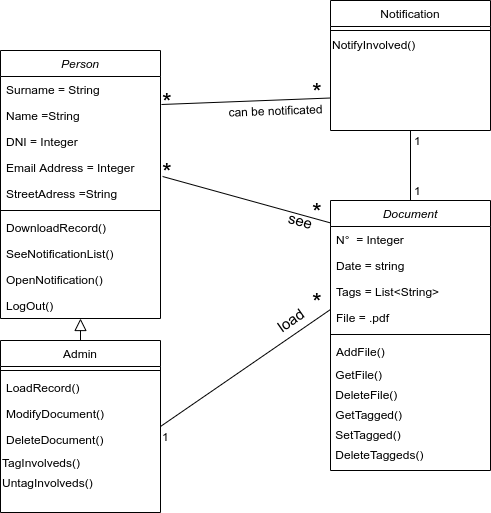
The draw.io diagram Diagram.png in nicolasgabrielr/ProjectGroup, before a commit. Source tidied: cells renumbered, new cells last; positions are measured from the earlier drawing's top-left corner, leaving out a move shared by most shapes. The source it was exported from:
```xml
<mxGraphModel>
  <root>
    <mxCell id="0" />
    <mxCell id="1" parent="0" />
    <mxCell id="2" style="endArrow=block;endSize=10;endFill=0;shadow=0;strokeWidth=1;rounded=0;edgeStyle=elbowEdgeStyle;elbow=vertical;" parent="1" edge="1" source="44" target="30">
      <mxGeometry relative="1" as="geometry" />
    </mxCell>
    <mxCell id="3" style="endArrow=none;html=1;exitX=1;exitY=0.5;exitDx=0;exitDy=0;" parent="1" edge="1" source="44">
      <mxGeometry relative="1" as="geometry">
        <mxPoint x="330" y="309" as="targetPoint" />
      </mxGeometry>
    </mxCell>
    <mxCell id="4" style="endArrow=none;html=1;entryX=1.013;entryY=0.846;entryDx=0;entryDy=0;exitX=0;exitY=0.083;exitDx=0;exitDy=0;exitPerimeter=0;entryPerimeter=0;" parent="1" edge="1" source="18" target="34">
      <mxGeometry relative="1" as="geometry" />
    </mxCell>
    <mxCell id="5" style="endArrow=none;html=1;entryX=0.5;entryY=1;entryDx=0;entryDy=0;exitX=0.5;exitY=0;exitDx=0;exitDy=0;" parent="1" edge="1" source="18" target="41">
      <mxGeometry relative="1" as="geometry" />
    </mxCell>
    <mxCell id="6" value="*" style="align=left;verticalAlign=bottom;labelBackgroundColor=none;fontSize=25;direction=north;" parent="1" vertex="1">
      <mxGeometry x="160" y="180" as="geometry">
        <mxPoint y="4" as="offset" />
      </mxGeometry>
    </mxCell>
    <mxCell id="7" value="*" style="align=left;verticalAlign=bottom;labelBackgroundColor=none;fontSize=25;direction=north;" parent="1" vertex="1">
      <mxGeometry x="310" y="220" as="geometry">
        <mxPoint y="4" as="offset" />
      </mxGeometry>
    </mxCell>
    <mxCell id="8" value="*" style="align=left;verticalAlign=bottom;labelBackgroundColor=none;fontSize=25;direction=north;" parent="1" vertex="1">
      <mxGeometry x="310" y="100" as="geometry">
        <mxPoint y="4" as="offset" />
      </mxGeometry>
    </mxCell>
    <mxCell id="9" value="*" style="align=left;verticalAlign=bottom;labelBackgroundColor=none;fontSize=25;direction=north;" parent="1" vertex="1">
      <mxGeometry x="310" y="310" as="geometry">
        <mxPoint y="4" as="offset" />
      </mxGeometry>
    </mxCell>
    <mxCell id="10" value="1" style="align=left;verticalAlign=bottom;labelBackgroundColor=none;fontSize=12;direction=north;" parent="1" vertex="1">
      <mxGeometry x="160" y="440" as="geometry">
        <mxPoint y="4" as="offset" />
      </mxGeometry>
    </mxCell>
    <mxCell id="11" value="1" style="align=left;verticalAlign=bottom;labelBackgroundColor=none;fontSize=12;direction=north;" parent="1" vertex="1">
      <mxGeometry x="420" y="140" as="geometry">
        <mxPoint x="-8" y="8" as="offset" />
      </mxGeometry>
    </mxCell>
    <mxCell id="12" value="1" style="align=left;verticalAlign=bottom;labelBackgroundColor=none;fontSize=12;direction=north;" parent="1" vertex="1">
      <mxGeometry x="417" y="190" as="geometry">
        <mxPoint x="-5" y="8" as="offset" />
      </mxGeometry>
    </mxCell>
    <mxCell id="13" value="see" style="text;html=1;align=center;verticalAlign=middle;fontSize=15;rotation=15;" parent="1" vertex="1">
      <mxGeometry x="280" y="210" width="40" height="20" as="geometry" />
    </mxCell>
    <mxCell id="14" value="load" style="text;html=1;align=center;verticalAlign=middle;fontSize=15;rotation=-35;" parent="1" vertex="1">
      <mxGeometry x="270" y="310" width="40" height="20" as="geometry" />
    </mxCell>
    <mxCell id="15" style="endArrow=none;html=1;strokeColor=#000000;fontSize=15;exitX=1.006;exitY=0.077;exitDx=0;exitDy=0;exitPerimeter=0;entryX=0;entryY=0.75;entryDx=0;entryDy=0;" parent="1" edge="1" source="32" target="41">
      <mxGeometry relative="1" as="geometry" />
    </mxCell>
    <mxCell id="16" value="*" style="align=left;verticalAlign=bottom;labelBackgroundColor=none;fontSize=25;direction=north;" parent="1" vertex="1">
      <mxGeometry x="160" y="110" as="geometry">
        <mxPoint y="4" as="offset" />
      </mxGeometry>
    </mxCell>
    <mxCell id="17" value="can be notificated" style="text;html=1;align=center;verticalAlign=middle;rotation=-2;" parent="1" vertex="1">
      <mxGeometry x="220" y="100" width="110" height="20" as="geometry" />
    </mxCell>
    <mxCell id="18" value="Document" style="swimlane;fontStyle=2;align=center;verticalAlign=top;horizontal=1;startSize=26;rounded=0;shadow=0;strokeWidth=1;" parent="1" vertex="1">
      <mxGeometry x="330" y="200" width="160" height="270" as="geometry" />
    </mxCell>
    <mxCell id="19" value="N°  = Integer" style="text;align=left;verticalAlign=top;spacingLeft=4;spacingRight=4;overflow=hidden;" parent="18" vertex="1">
      <mxGeometry y="26" width="160" height="26" as="geometry" />
    </mxCell>
    <mxCell id="20" value="Date = string" style="text;align=left;verticalAlign=top;spacingLeft=4;spacingRight=4;overflow=hidden;rounded=0;shadow=0;html=0;" parent="18" vertex="1">
      <mxGeometry y="52" width="160" height="26" as="geometry" />
    </mxCell>
    <mxCell id="21" value="Tags = List&lt;String&gt;" style="text;align=left;verticalAlign=top;spacingLeft=4;spacingRight=4;overflow=hidden;rounded=0;shadow=0;html=0;" parent="18" vertex="1">
      <mxGeometry y="78" width="160" height="26" as="geometry" />
    </mxCell>
    <mxCell id="22" value="File = .pdf" style="text;align=left;verticalAlign=top;spacingLeft=4;spacingRight=4;overflow=hidden;rounded=0;shadow=0;html=0;" parent="18" vertex="1">
      <mxGeometry y="104" width="160" height="26" as="geometry" />
    </mxCell>
    <mxCell id="23" style="line;html=1;strokeWidth=1;align=left;verticalAlign=middle;spacingTop=-1;spacingLeft=3;spacingRight=3;labelPosition=right;" parent="18" vertex="1">
      <mxGeometry y="130" width="160" height="8" as="geometry" />
    </mxCell>
    <mxCell id="24" value="AddFile() " style="text;align=left;verticalAlign=top;spacingLeft=4;spacingRight=4;overflow=hidden;rounded=0;shadow=0;html=0;" parent="18" vertex="1">
      <mxGeometry y="138" width="160" height="26" as="geometry" />
    </mxCell>
    <mxCell id="25" value="&amp;nbsp;GetFile()" style="text;html=1;align=left;verticalAlign=middle;" parent="18" vertex="1">
      <mxGeometry y="164" width="160" height="20" as="geometry" />
    </mxCell>
    <mxCell id="26" value="&amp;nbsp;DeleteFile()" style="text;html=1;align=left;verticalAlign=middle;" parent="18" vertex="1">
      <mxGeometry y="184" width="160" height="20" as="geometry" />
    </mxCell>
    <mxCell id="27" value="&amp;nbsp;GetTagged()" style="text;html=1;align=left;verticalAlign=middle;" parent="18" vertex="1">
      <mxGeometry y="204" width="160" height="20" as="geometry" />
    </mxCell>
    <mxCell id="28" value="&amp;nbsp;SetTagged()" style="text;html=1;align=left;verticalAlign=middle;points=[];" parent="18" vertex="1">
      <mxGeometry y="224" width="160" height="20" as="geometry" />
    </mxCell>
    <mxCell id="29" value="&amp;nbsp;DeleteTaggeds()" style="text;html=1;align=left;verticalAlign=middle;" parent="18" vertex="1">
      <mxGeometry y="244" width="160" height="20" as="geometry" />
    </mxCell>
    <mxCell id="30" value="Person" style="swimlane;fontStyle=2;align=center;verticalAlign=top;horizontal=1;startSize=26;rounded=0;shadow=0;strokeWidth=1;" parent="1" vertex="1">
      <mxGeometry y="50" width="160" height="268" as="geometry" />
    </mxCell>
    <mxCell id="31" value="Surname = String" style="text;align=left;verticalAlign=top;spacingLeft=4;spacingRight=4;overflow=hidden;" parent="30" vertex="1">
      <mxGeometry y="26" width="160" height="26" as="geometry" />
    </mxCell>
    <mxCell id="32" value="Name =String" style="text;align=left;verticalAlign=top;spacingLeft=4;spacingRight=4;overflow=hidden;points=[[0,0.5],[1,0.5]];portConstraint=eastwest;rounded=0;shadow=0;html=0;" parent="30" vertex="1">
      <mxGeometry y="52" width="160" height="26" as="geometry" />
    </mxCell>
    <mxCell id="33" value="DNI = Integer" style="text;align=left;verticalAlign=top;spacingLeft=4;spacingRight=4;overflow=hidden;rounded=0;shadow=0;html=0;" parent="30" vertex="1">
      <mxGeometry y="78" width="160" height="26" as="geometry" />
    </mxCell>
    <mxCell id="34" value="Email Address = Integer" style="text;align=left;verticalAlign=top;spacingLeft=4;spacingRight=4;overflow=hidden;points=[[0,0.5],[1,0.5]];portConstraint=eastwest;rounded=0;shadow=0;html=0;" parent="30" vertex="1">
      <mxGeometry y="104" width="160" height="26" as="geometry" />
    </mxCell>
    <mxCell id="35" value="StreetAdress =String" style="text;align=left;verticalAlign=top;spacingLeft=4;spacingRight=4;overflow=hidden;rounded=0;shadow=0;html=0;" parent="30" vertex="1">
      <mxGeometry y="130" width="160" height="26" as="geometry" />
    </mxCell>
    <mxCell id="36" style="line;html=1;strokeWidth=1;align=left;verticalAlign=middle;spacingTop=-1;spacingLeft=3;spacingRight=3;labelPosition=right;" parent="30" vertex="1">
      <mxGeometry y="156" width="160" height="8" as="geometry" />
    </mxCell>
    <mxCell id="37" value="DownloadRecord()" style="text;align=left;verticalAlign=top;spacingLeft=4;spacingRight=4;overflow=hidden;rounded=0;shadow=0;html=0;" parent="30" vertex="1">
      <mxGeometry y="164" width="160" height="26" as="geometry" />
    </mxCell>
    <mxCell id="38" value="SeeNotificationList()" style="text;align=left;verticalAlign=top;spacingLeft=4;spacingRight=4;overflow=hidden;rounded=0;shadow=0;html=0;" parent="30" vertex="1">
      <mxGeometry y="190" width="160" height="26" as="geometry" />
    </mxCell>
    <mxCell id="39" value="OpenNotification()" style="text;align=left;verticalAlign=top;spacingLeft=4;spacingRight=4;overflow=hidden;rounded=0;shadow=0;html=0;" parent="30" vertex="1">
      <mxGeometry y="216" width="160" height="26" as="geometry" />
    </mxCell>
    <mxCell id="40" value="LogOut()" style="text;align=left;verticalAlign=top;spacingLeft=4;spacingRight=4;overflow=hidden;rounded=0;shadow=0;html=0;" parent="30" vertex="1">
      <mxGeometry y="242" width="160" height="26" as="geometry" />
    </mxCell>
    <mxCell id="41" value="Notification" style="swimlane;fontStyle=0;align=center;verticalAlign=top;horizontal=1;startSize=26;rounded=0;shadow=0;strokeWidth=1;" parent="1" vertex="1">
      <mxGeometry x="330" width="160" height="130" as="geometry" />
    </mxCell>
    <mxCell id="42" style="line;html=1;strokeWidth=1;align=left;verticalAlign=middle;spacingTop=-1;spacingLeft=3;spacingRight=3;labelPosition=right;" parent="41" vertex="1">
      <mxGeometry y="26" width="160" height="8" as="geometry" />
    </mxCell>
    <mxCell id="43" value="NotifyInvolved()" style="text;html=1;align=left;verticalAlign=middle;" parent="41" vertex="1">
      <mxGeometry y="34" width="160" height="20" as="geometry" />
    </mxCell>
    <mxCell id="44" value="Admin" style="swimlane;fontStyle=0;align=center;verticalAlign=top;horizontal=1;startSize=26;rounded=0;shadow=0;strokeWidth=1;" parent="1" vertex="1">
      <mxGeometry y="340" width="160" height="172" as="geometry" />
    </mxCell>
    <mxCell id="45" style="line;html=1;strokeWidth=1;align=left;verticalAlign=middle;spacingTop=-1;spacingLeft=3;spacingRight=3;labelPosition=right;" parent="44" vertex="1">
      <mxGeometry y="26" width="160" height="8" as="geometry" />
    </mxCell>
    <mxCell id="46" value="LoadRecord()" style="text;align=left;verticalAlign=top;spacingLeft=4;spacingRight=4;overflow=hidden;rounded=0;shadow=0;html=0;" parent="44" vertex="1">
      <mxGeometry y="34" width="160" height="26" as="geometry" />
    </mxCell>
    <mxCell id="47" value="ModifyDocument()" style="text;align=left;verticalAlign=top;spacingLeft=4;spacingRight=4;overflow=hidden;rounded=0;shadow=0;html=0;" parent="44" vertex="1">
      <mxGeometry y="60" width="160" height="26" as="geometry" />
    </mxCell>
    <mxCell id="48" value="DeleteDocument()" style="text;align=left;verticalAlign=top;spacingLeft=4;spacingRight=4;overflow=hidden;rounded=0;shadow=0;html=0;" parent="44" vertex="1">
      <mxGeometry y="86" width="160" height="26" as="geometry" />
    </mxCell>
    <mxCell id="49" value="TagInvolveds()" style="text;html=1;align=left;verticalAlign=middle;" parent="44" vertex="1">
      <mxGeometry y="112" width="160" height="20" as="geometry" />
    </mxCell>
    <mxCell id="50" value="UntagInvolveds()" style="text;html=1;align=left;verticalAlign=middle;" parent="44" vertex="1">
      <mxGeometry y="132" width="160" height="20" as="geometry" />
    </mxCell>
  </root>
</mxGraphModel>
```
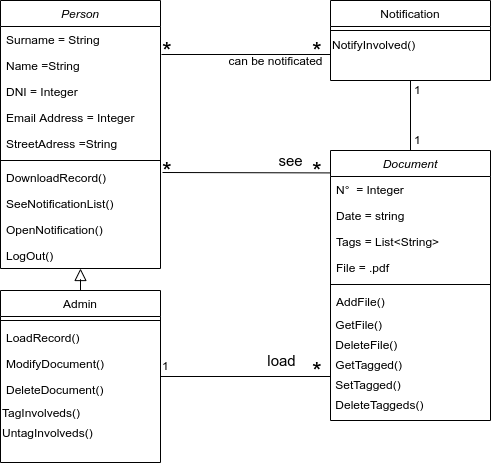
Later version of the same file.

What changed in the source:
```diff
@@ -5,39 +5,39 @@
     <mxCell id="2" style="endArrow=block;endSize=10;endFill=0;shadow=0;strokeWidth=1;rounded=0;edgeStyle=elbowEdgeStyle;elbow=vertical;" parent="1" edge="1" source="44" target="30">
       <mxGeometry relative="1" as="geometry" />
     </mxCell>
-    <mxCell id="3" style="endArrow=none;html=1;exitX=1;exitY=0.5;exitDx=0;exitDy=0;" parent="1" edge="1" source="44">
-      <mxGeometry relative="1" as="geometry">
-        <mxPoint x="330" y="309" as="targetPoint" />
-      </mxGeometry>
+    <mxCell id="3" style="endArrow=none;html=1;exitX=1;exitY=0.5;exitDx=0;exitDy=0;entryX=0;entryY=0.1;entryDx=0;entryDy=0;entryPerimeter=0;" parent="1" edge="1" source="44" target="28">
+      <mxGeometry relative="1" as="geometry" />
     </mxCell>
-    <mxCell id="4" style="endArrow=none;html=1;entryX=1.013;entryY=0.846;entryDx=0;entryDy=0;exitX=0;exitY=0.083;exitDx=0;exitDy=0;exitPerimeter=0;entryPerimeter=0;" parent="1" edge="1" source="18" target="34">
-      <mxGeometry relative="1" as="geometry" />
+    <mxCell id="4" style="endArrow=none;html=1;exitX=0;exitY=0.083;exitDx=0;exitDy=0;exitPerimeter=0;" parent="1" edge="1" source="18">
+      <mxGeometry relative="1" as="geometry">
+        <mxPoint x="162" y="222" as="targetPoint" />
+      </mxGeometry>
     </mxCell>
     <mxCell id="5" style="endArrow=none;html=1;entryX=0.5;entryY=1;entryDx=0;entryDy=0;exitX=0.5;exitY=0;exitDx=0;exitDy=0;" parent="1" edge="1" source="18" target="41">
       <mxGeometry relative="1" as="geometry" />
     </mxCell>
     <mxCell id="6" value="*" style="align=left;verticalAlign=bottom;labelBackgroundColor=none;fontSize=25;direction=north;" parent="1" vertex="1">
-      <mxGeometry x="160" y="180" as="geometry">
+      <mxGeometry x="160" y="230" as="geometry">
         <mxPoint y="4" as="offset" />
       </mxGeometry>
     </mxCell>
     <mxCell id="7" value="*" style="align=left;verticalAlign=bottom;labelBackgroundColor=none;fontSize=25;direction=north;" parent="1" vertex="1">
-      <mxGeometry x="310" y="220" as="geometry">
+      <mxGeometry x="310" y="230" as="geometry">
         <mxPoint y="4" as="offset" />
       </mxGeometry>
     </mxCell>
-    <mxCell id="8" value="*" style="align=left;verticalAlign=bottom;labelBackgroundColor=none;fontSize=25;direction=north;" parent="1" vertex="1">
-      <mxGeometry x="310" y="100" as="geometry">
+    <mxCell id="8" value="*" style="align=left;verticalAlign=bottom;labelBackgroundColor=none;fontSize=25;direction=east;" parent="1" vertex="1">
+      <mxGeometry x="310" y="110" as="geometry">
         <mxPoint y="4" as="offset" />
       </mxGeometry>
     </mxCell>
     <mxCell id="9" value="*" style="align=left;verticalAlign=bottom;labelBackgroundColor=none;fontSize=25;direction=north;" parent="1" vertex="1">
-      <mxGeometry x="310" y="310" as="geometry">
+      <mxGeometry x="310" y="430" as="geometry">
         <mxPoint y="4" as="offset" />
       </mxGeometry>
     </mxCell>
     <mxCell id="10" value="1" style="align=left;verticalAlign=bottom;labelBackgroundColor=none;fontSize=12;direction=north;" parent="1" vertex="1">
-      <mxGeometry x="160" y="440" as="geometry">
+      <mxGeometry x="160" y="420" as="geometry">
         <mxPoint y="4" as="offset" />
       </mxGeometry>
     </mxCell>
@@ -51,21 +51,24 @@
         <mxPoint x="-5" y="8" as="offset" />
       </mxGeometry>
     </mxCell>
-    <mxCell id="13" value="see" style="text;html=1;align=center;verticalAlign=middle;fontSize=15;rotation=15;" parent="1" vertex="1">
-      <mxGeometry x="280" y="210" width="40" height="20" as="geometry" />
+    <mxCell id="13" value="see" style="text;html=1;align=center;verticalAlign=middle;fontSize=15;rotation=0;" parent="1" vertex="1">
+      <mxGeometry x="270" y="200" width="40" height="20" as="geometry" />
     </mxCell>
-    <mxCell id="14" value="load" style="text;html=1;align=center;verticalAlign=middle;fontSize=15;rotation=-35;" parent="1" vertex="1">
-      <mxGeometry x="270" y="310" width="40" height="20" as="geometry" />
+    <mxCell id="14" value="load" style="text;html=1;align=center;verticalAlign=middle;fontSize=15;rotation=0;" parent="1" vertex="1">
+      <mxGeometry x="261" y="400" width="40" height="20" as="geometry" />
     </mxCell>
-    <mxCell id="15" style="endArrow=none;html=1;strokeColor=#000000;fontSize=15;exitX=1.006;exitY=0.077;exitDx=0;exitDy=0;exitPerimeter=0;entryX=0;entryY=0.75;entryDx=0;entryDy=0;" parent="1" edge="1" source="32" target="41">
-      <mxGeometry relative="1" as="geometry" />
+    <mxCell id="15" style="endArrow=none;html=1;strokeColor=#000000;fontSize=15;" parent="1" edge="1">
+      <mxGeometry relative="1" as="geometry">
+        <mxPoint x="161" y="104" as="sourcePoint" />
+        <mxPoint x="330" y="104" as="targetPoint" />
+      </mxGeometry>
     </mxCell>
     <mxCell id="16" value="*" style="align=left;verticalAlign=bottom;labelBackgroundColor=none;fontSize=25;direction=north;" parent="1" vertex="1">
       <mxGeometry x="160" y="110" as="geometry">
         <mxPoint y="4" as="offset" />
       </mxGeometry>
     </mxCell>
-    <mxCell id="17" value="can be notificated" style="text;html=1;align=center;verticalAlign=middle;rotation=-2;" parent="1" vertex="1">
+    <mxCell id="17" value="can be notificated" style="text;html=1;align=center;verticalAlign=middle;rotation=0;" parent="1" vertex="1">
       <mxGeometry x="220" y="100" width="110" height="20" as="geometry" />
     </mxCell>
     <mxCell id="18" value="Document" style="swimlane;fontStyle=2;align=center;verticalAlign=top;horizontal=1;startSize=26;rounded=0;shadow=0;strokeWidth=1;" parent="1" vertex="1">
@@ -138,7 +141,7 @@
       <mxGeometry y="242" width="160" height="26" as="geometry" />
     </mxCell>
     <mxCell id="41" value="Notification" style="swimlane;fontStyle=0;align=center;verticalAlign=top;horizontal=1;startSize=26;rounded=0;shadow=0;strokeWidth=1;" parent="1" vertex="1">
-      <mxGeometry x="330" width="160" height="130" as="geometry" />
+      <mxGeometry x="330" y="50" width="160" height="80" as="geometry" />
     </mxCell>
     <mxCell id="42" style="line;html=1;strokeWidth=1;align=left;verticalAlign=middle;spacingTop=-1;spacingLeft=3;spacingRight=3;labelPosition=right;" parent="41" vertex="1">
       <mxGeometry y="26" width="160" height="8" as="geometry" />
```
